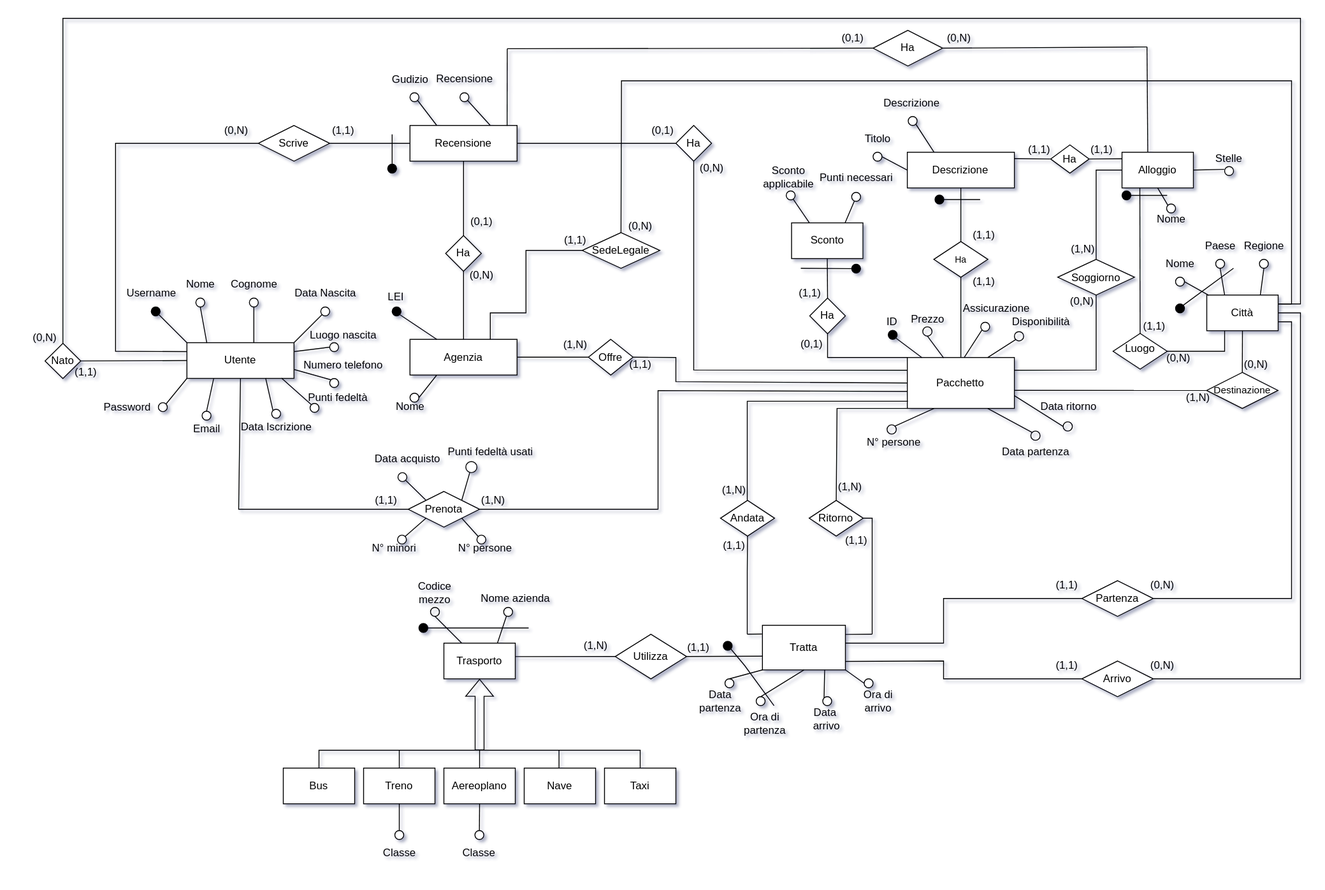
Earlier version of the draw.io export relazione/assets/ER_concettuale.svg (bustre/Easy-travel). Source tidied: cells renumbered, new cells last; positions are measured from the earlier drawing's top-left corner, leaving out a move shared by most shapes.
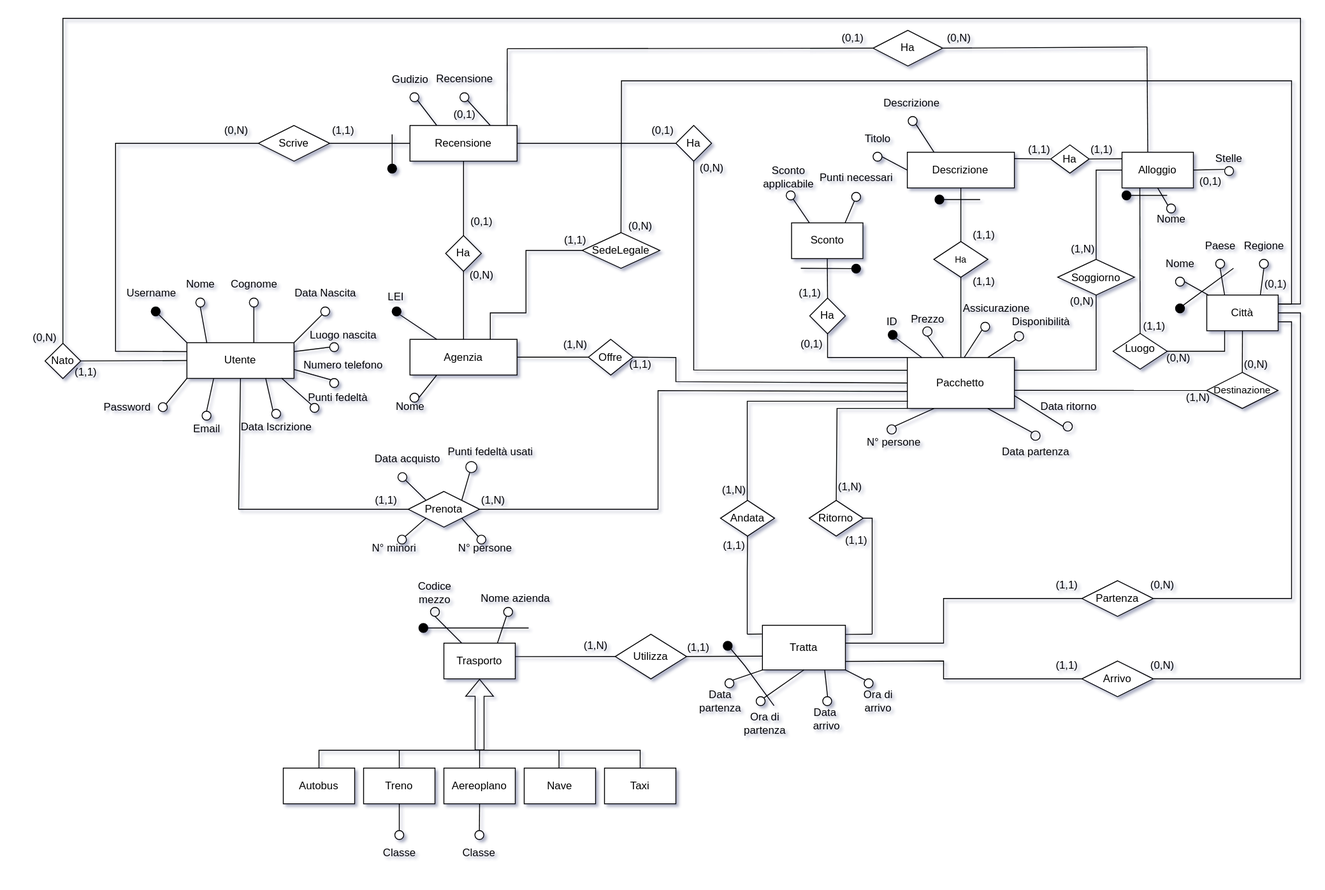
Above is the later version.

Commit message:
Aggiornamento descrizione DB in conformità con ER

Change to the diagram source:
```diff
@@ -281,7 +281,7 @@
         </Array>
       </mxGeometry>
     </mxCell>
-    <mxCell id="80" value="Bus" style="rounded=0;whiteSpace=wrap;html=1;" parent="1" vertex="1">
+    <mxCell id="80" value="Autobus" style="rounded=0;whiteSpace=wrap;html=1;" parent="1" vertex="1">
       <mxGeometry x="297" y="840" width="80" height="40" as="geometry" />
     </mxCell>
     <mxCell id="81" value="Treno" style="rounded=0;whiteSpace=wrap;html=1;" parent="1" vertex="1">
@@ -831,13 +831,13 @@
     <mxCell id="233" style="ellipse;whiteSpace=wrap;html=1;" parent="1" vertex="1">
       <mxGeometry x="792" y="740" width="10" height="10" as="geometry" />
     </mxCell>
-    <mxCell id="234" style="endArrow=none;html=1;rounded=0;entryX=0;entryY=1;entryDx=0;entryDy=0;exitX=0.5;exitY=0;exitDx=0;exitDy=0;" parent="1" edge="1" source="233" target="222">
+    <mxCell id="234" style="endArrow=none;html=1;rounded=0;entryX=0;entryY=1;entryDx=0;entryDy=0;exitX=1;exitY=0;exitDx=0;exitDy=0;" parent="1" edge="1" source="233" target="222">
       <mxGeometry relative="1" as="geometry" />
     </mxCell>
     <mxCell id="235" style="ellipse;whiteSpace=wrap;html=1;" parent="1" vertex="1">
       <mxGeometry x="827" y="760" width="10" height="10" as="geometry" />
     </mxCell>
-    <mxCell id="236" style="endArrow=none;html=1;rounded=0;entryX=0.5;entryY=1;entryDx=0;entryDy=0;exitX=0.5;exitY=0;exitDx=0;exitDy=0;" parent="1" edge="1" source="235" target="222">
+    <mxCell id="236" style="endArrow=none;html=1;rounded=0;entryX=0.5;entryY=1;entryDx=0;entryDy=0;exitX=1;exitY=0;exitDx=0;exitDy=0;" parent="1" edge="1" source="235" target="222">
       <mxGeometry relative="1" as="geometry" />
     </mxCell>
     <mxCell id="237" value="Data&lt;br&gt;&amp;nbsp;arrivo" style="text;html=1;align=center;verticalAlign=middle;strokeColor=none;fillColor=none;" parent="1" vertex="1">
@@ -849,10 +849,12 @@
     <mxCell id="239" style="ellipse;whiteSpace=wrap;html=1;" parent="1" vertex="1">
       <mxGeometry x="948" y="740" width="10" height="10" as="geometry" />
     </mxCell>
-    <mxCell id="240" style="endArrow=none;html=1;rounded=0;entryX=0.75;entryY=1;entryDx=0;entryDy=0;exitX=0;exitY=0;exitDx=0;exitDy=0;" parent="1" edge="1" source="238" target="222">
-      <mxGeometry relative="1" as="geometry" />
+    <mxCell id="240" style="endArrow=none;html=1;rounded=0;entryX=0.75;entryY=1;entryDx=0;entryDy=0;" parent="1" edge="1" target="222">
+      <mxGeometry relative="1" as="geometry">
+        <mxPoint x="907" y="760" as="sourcePoint" />
+      </mxGeometry>
     </mxCell>
-    <mxCell id="241" style="endArrow=none;html=1;rounded=0;entryX=1;entryY=1;entryDx=0;entryDy=0;exitX=0;exitY=0.5;exitDx=0;exitDy=0;" parent="1" edge="1" source="239" target="222">
+    <mxCell id="241" style="endArrow=none;html=1;rounded=0;entryX=1;entryY=1;entryDx=0;entryDy=0;exitX=0;exitY=0;exitDx=0;exitDy=0;" parent="1" edge="1" source="239" target="222">
       <mxGeometry relative="1" as="geometry" />
     </mxCell>
     <mxCell id="242" style="ellipse;whiteSpace=wrap;html=1;fillColor=#000000;" parent="1" vertex="1">
@@ -941,5 +943,14 @@
     <mxCell id="262" value="Stelle" style="text;html=1;strokeColor=none;fillColor=none;align=center;verticalAlign=middle;whiteSpace=wrap;rounded=0;" parent="1" vertex="1">
       <mxGeometry x="1327" y="141.8" width="60" height="30" as="geometry" />
     </mxCell>
+    <mxCell id="263" value="(0,1)" style="text;html=1;align=center;verticalAlign=middle;strokeColor=none;fillColor=none;" parent="1" vertex="1">
+      <mxGeometry x="475" y="93.4" width="50" height="30" as="geometry" />
+    </mxCell>
+    <mxCell id="264" value="(0,1)" style="text;html=1;align=center;verticalAlign=middle;strokeColor=none;fillColor=none;" parent="1" vertex="1">
+      <mxGeometry x="1311" y="168" width="50" height="30" as="geometry" />
+    </mxCell>
+    <mxCell id="265" value="(0,1)" style="text;html=1;align=center;verticalAlign=middle;strokeColor=none;fillColor=none;" parent="1" vertex="1">
+      <mxGeometry x="1384" y="283.4" width="50" height="30" as="geometry" />
+    </mxCell>
   </root>
 </mxGraphModel>
```
